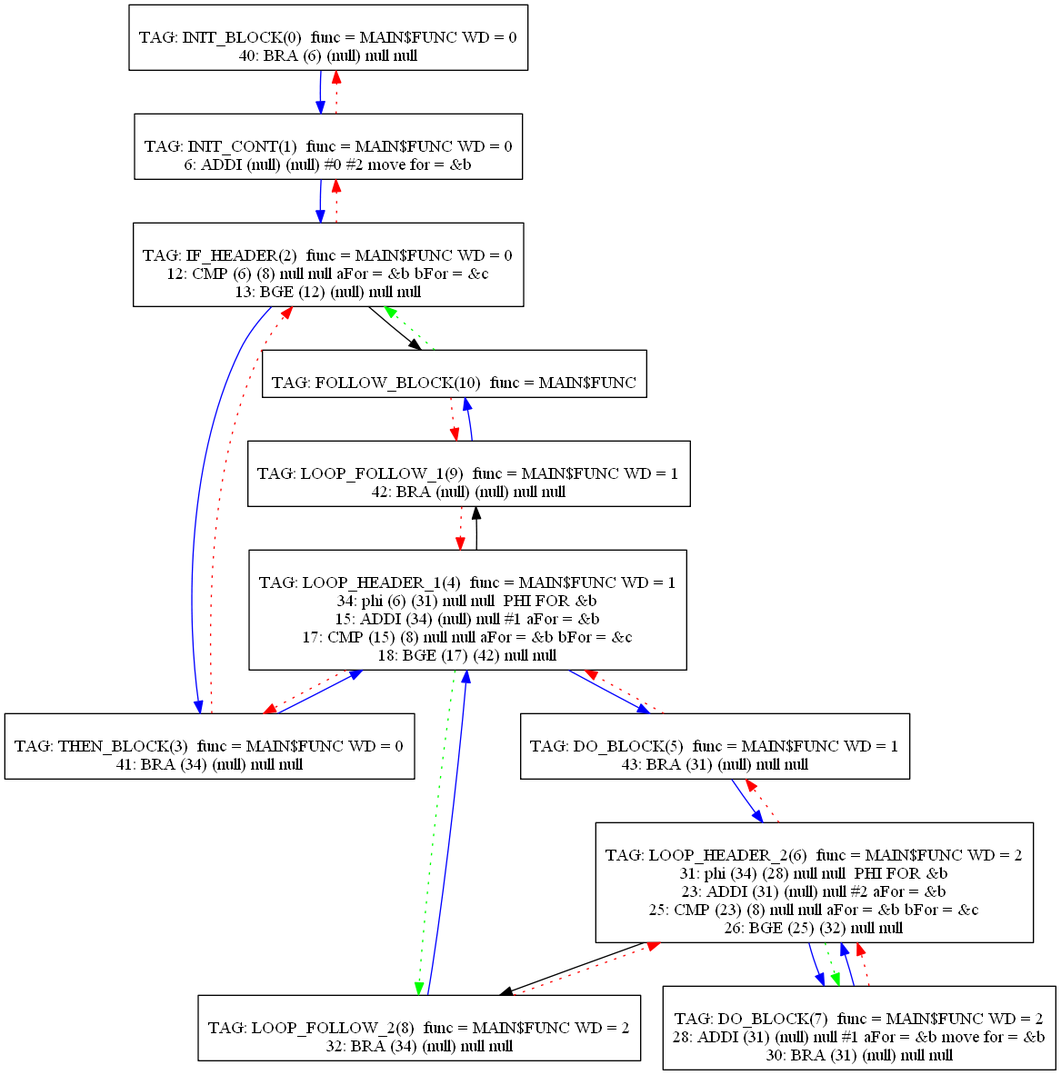
mbajaj92/Project-Astoria keeps this Graphviz diagram as Compiler/30graph.png. Above is the earlier version. Its source is kept beside it as Compiler/30graph.dot.
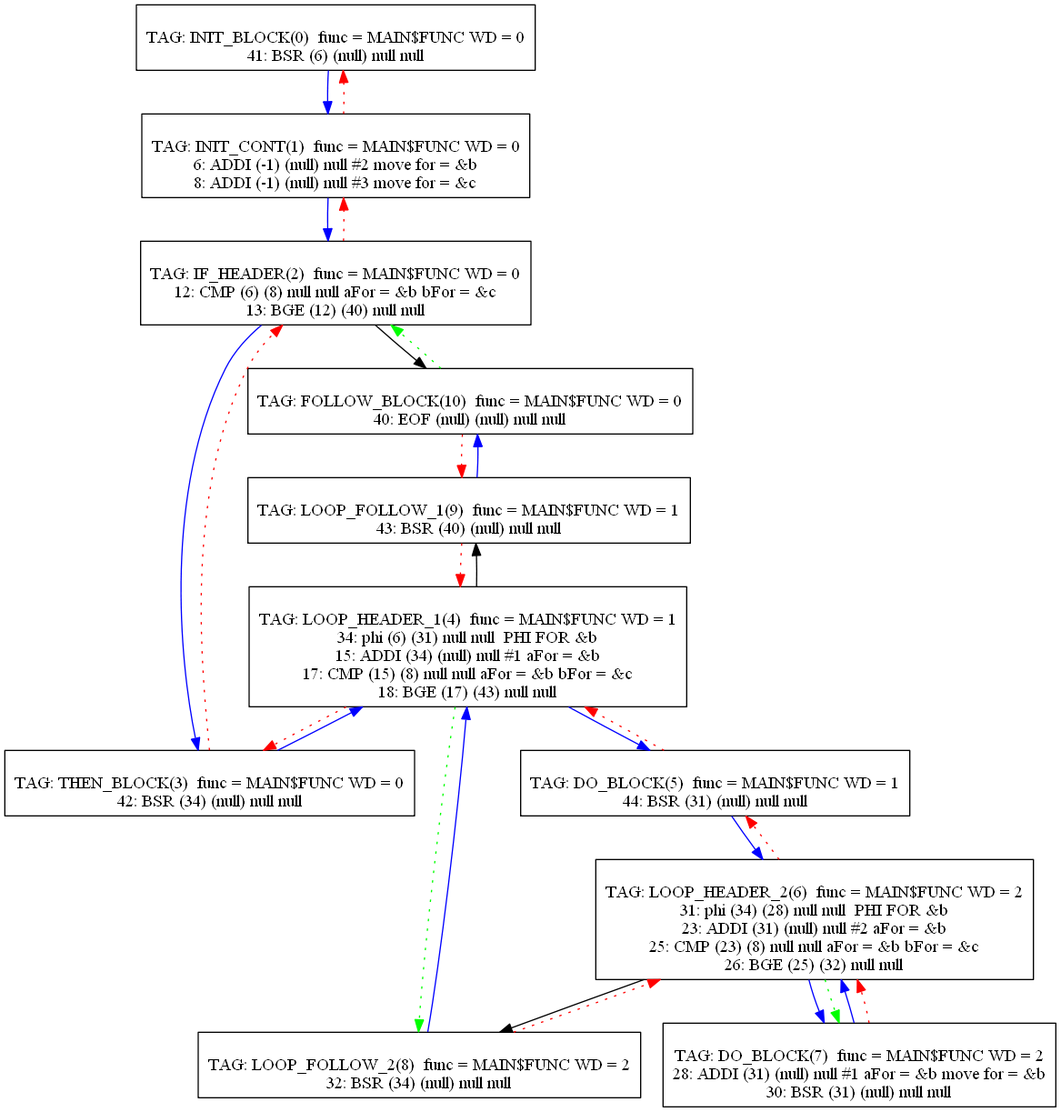
The same file after the commit.

The edit, as a diff of the source:
```diff
@@ -1,13 +1,14 @@
 digraph {
 0[label="
 TAG: INIT_BLOCK(0)  func = MAIN$FUNC WD = 0
-40: BRA (6) (null) null null
+41: BSR (6) (null) null null
 "];
 0[shape=box];
 0 -> 1[color=blue]
 1[label="
 TAG: INIT_CONT(1)  func = MAIN$FUNC WD = 0
-6: ADDI (null) (null) #0 #2 move for = &b
+6: ADDI (-1) (null) null #2 move for = &b
+8: ADDI (-1) (null) null #3 move for = &c
 "];
 1[shape=box];
 1 -> 2[color=blue]
@@ -15,7 +16,7 @@
 2[label="
 TAG: IF_HEADER(2)  func = MAIN$FUNC WD = 0
 12: CMP (6) (8) null null aFor = &b bFor = &c
-13: BGE (12) (null) null null
+13: BGE (12) (40) null null
 "];
 2[shape=box];
 2 -> 3[color=blue]
@@ -23,7 +24,7 @@
 2 -> 1[color=red][style=dotted]
 3[label="
 TAG: THEN_BLOCK(3)  func = MAIN$FUNC WD = 0
-41: BRA (34) (null) null null
+42: BSR (34) (null) null null
 "];
 3[shape=box];
 3 -> 4[color=blue]
@@ -33,7 +34,7 @@
 34: phi (6) (31) null null  PHI FOR &b
 15: ADDI (34) (null) null #1 aFor = &b
 17: CMP (15) (8) null null aFor = &b bFor = &c
-18: BGE (17) (42) null null
+18: BGE (17) (43) null null
 "];
 4[shape=box];
 4 -> 5[color=blue]
@@ -42,7 +43,7 @@
 4 -> 8[color=green][style=dotted]
 5[label="
 TAG: DO_BLOCK(5)  func = MAIN$FUNC WD = 1
-43: BRA (31) (null) null null
+44: BSR (31) (null) null null
 "];
 5[shape=box];
 5 -> 6[color=blue]
@@ -62,27 +63,28 @@
 7[label="
 TAG: DO_BLOCK(7)  func = MAIN$FUNC WD = 2
 28: ADDI (31) (null) null #1 aFor = &b move for = &b
-30: BRA (31) (null) null null
+30: BSR (31) (null) null null
 "];
 7[shape=box];
 7 -> 6[color=blue]
 7 -> 6[color=red][style=dotted]
 8[label="
 TAG: LOOP_FOLLOW_2(8)  func = MAIN$FUNC WD = 2
-32: BRA (34) (null) null null
+32: BSR (34) (null) null null
 "];
 8[shape=box];
 8 -> 4[color=blue]
 8 -> 6[color=red][style=dotted]
 9[label="
 TAG: LOOP_FOLLOW_1(9)  func = MAIN$FUNC WD = 1
-42: BRA (null) (null) null null
+43: BSR (40) (null) null null
 "];
 9[shape=box];
 9 -> 10[color=blue]
 9 -> 4[color=red][style=dotted]
 10[label="
-TAG: FOLLOW_BLOCK(10)  func = MAIN$FUNC
+TAG: FOLLOW_BLOCK(10)  func = MAIN$FUNC WD = 0
+40: EOF (null) (null) null null
 "];
 10[shape=box];
 10 -> 9[color=red][style=dotted]
```
